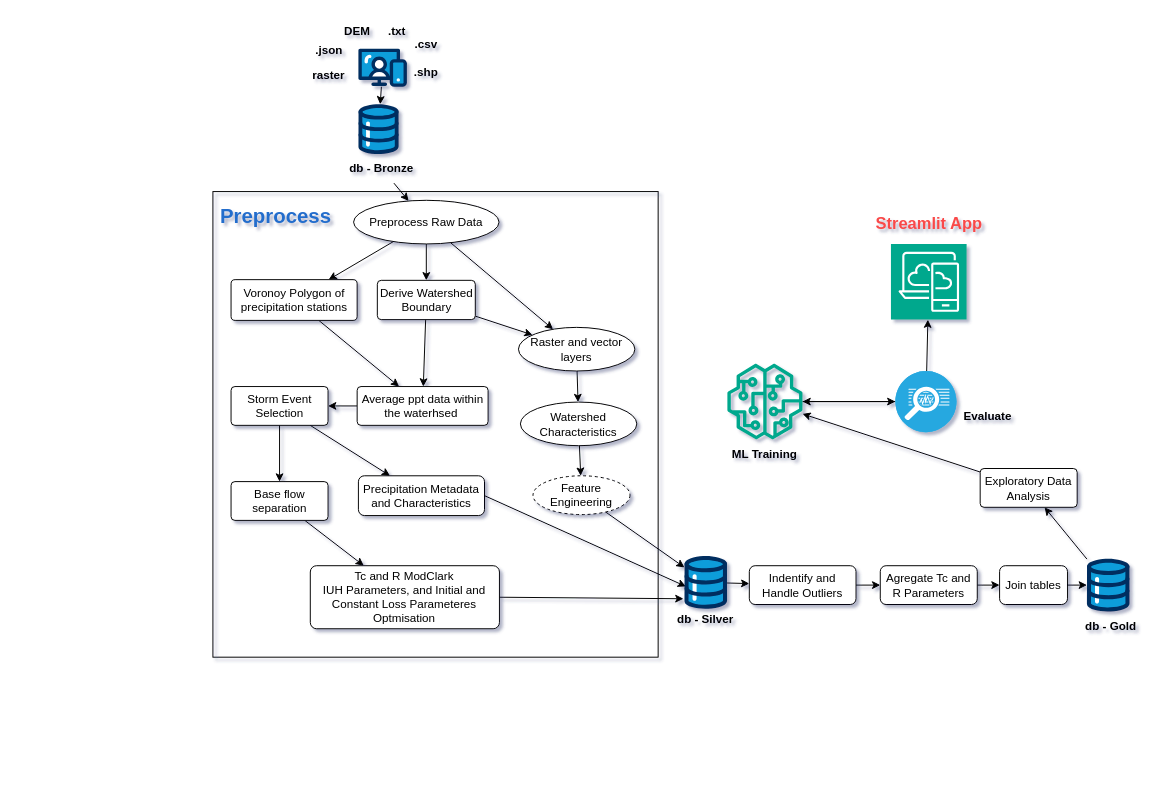
Earlier version of the draw.io diagram figures/drawio/project_flowchart.drawio (vpalvesalan/ML-ModClark-IUH-Model). Source tidied: cells renumbered, new cells numbered last; positions are measured from the earlier drawing's top-left corner, leaving out a move shared by most shapes. Both pictures are drawn from the tidied source at 97%, with x=0, y=0 at pixel (212, 16).
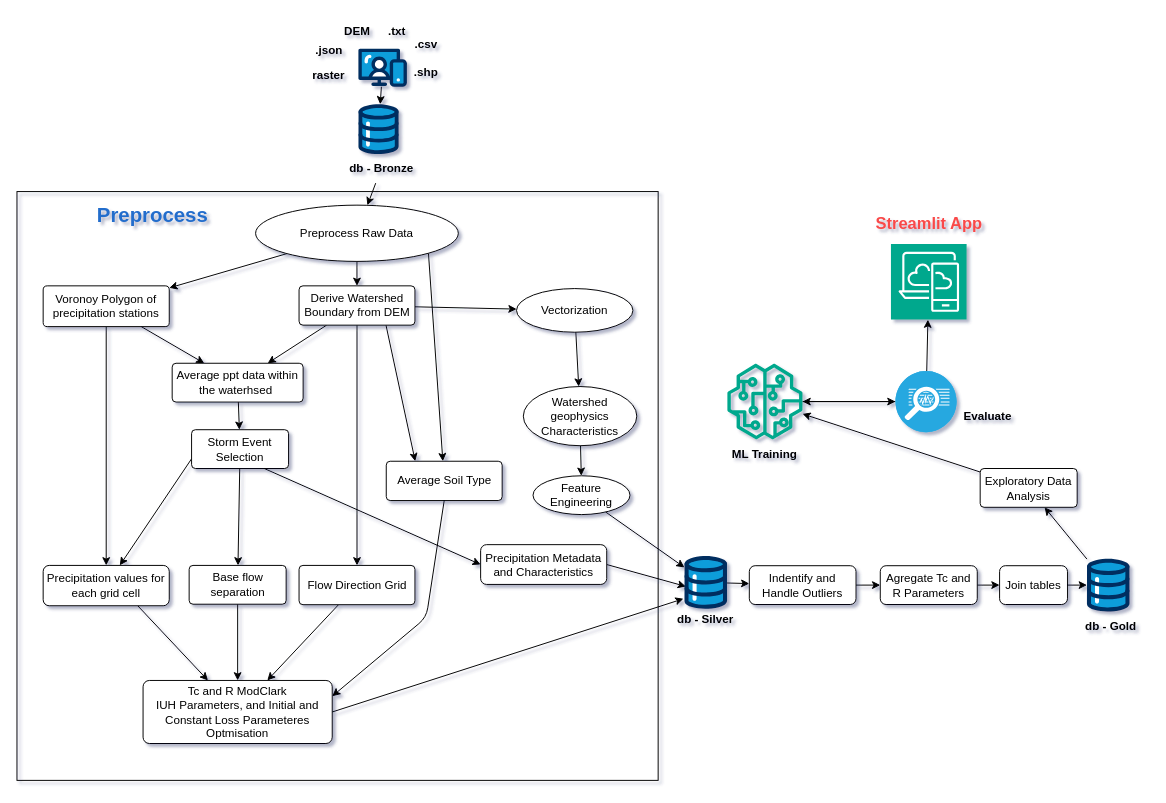
The same diagram, later.

What changed in the source:
```diff
@@
     <mxCell id="2" style="rounded=0;whiteSpace=wrap;html=1;fillColor=none;fontColor=light-dark(#246dcd, #ededed);" parent="1" vertex="1">
-      <mxGeometry y="180" width="459" height="480" as="geometry" />
+      <mxGeometry x="-202" y="180" width="661" height="607" as="geometry" />
     </mxCell>
@@
+    <mxCell id="14" style="edgeStyle=none;html=1;" parent="1" edge="1" source="15" target="41">
+      <mxGeometry relative="1" as="geometry" />
+    </mxCell>
+    <mxCell id="65" style="edgeStyle=none;html=1;exitX=0;exitY=0.75;exitDx=0;exitDy=0;" parent="1" edge="1" source="15" target="71">
+      <mxGeometry relative="1" as="geometry" />
+    </mxCell>
-    <mxCell id="13" style="edgeStyle=none;html=1;" parent="1" edge="1" source="15" target="43">
+    <mxCell id="13" style="edgeStyle=none;html=1;exitX=0.75;exitY=1;exitDx=0;exitDy=0;entryX=0;entryY=0.5;entryDx=0;entryDy=0;" parent="1" edge="1" source="15" target="43">
       <mxGeometry relative="1" as="geometry" />
     </mxCell>
-    <mxCell id="14" style="edgeStyle=none;html=1;" parent="1" edge="1" source="15" target="41">
-      <mxGeometry relative="1" as="geometry" />
-    </mxCell>
     <mxCell id="15" value="Storm Event Selection" style="rounded=1;arcSize=10;whiteSpace=wrap;html=1;align=center;" parent="1" vertex="1">
-      <mxGeometry x="18.7" y="381" width="100" height="40" as="geometry" />
+      <mxGeometry x="-22" y="425.5" width="100" height="40" as="geometry" />
     </mxCell>
@@
-    <mxCell id="18" style="edgeStyle=none;html=1;" parent="1" edge="1" source="19" target="64">
-      <mxGeometry relative="1" as="geometry" />
-    </mxCell>
+    <mxCell id="66" style="edgeStyle=none;html=1;exitX=1;exitY=1;exitDx=0;exitDy=0;" parent="1" edge="1" source="19" target="74">
+      <mxGeometry relative="1" as="geometry" />
+    </mxCell>
     <mxCell id="19" value="Preprocess Raw Data" style="ellipse;whiteSpace=wrap;html=1;" parent="1" vertex="1">
-      <mxGeometry x="145" y="189" width="150" height="45" as="geometry" />
+      <mxGeometry x="44" y="194" width="209" height="58" as="geometry" />
     </mxCell>
     <mxCell id="20" value="Preprocess" style="text;html=1;align=center;verticalAlign=middle;whiteSpace=wrap;rounded=0;fontStyle=1;fontColor=light-dark(#246dcc, #ededed);horizontal=1;fontSize=21;" parent="1" vertex="1">
-      <mxGeometry x="25" y="190" width="80" height="30" as="geometry" />
+      <mxGeometry x="-102" y="189" width="80" height="30" as="geometry" />
     </mxCell>
@@
+    <mxCell id="67" style="edgeStyle=none;html=1;" parent="1" edge="1" source="23" target="73">
+      <mxGeometry relative="1" as="geometry" />
+    </mxCell>
+    <mxCell id="68" style="edgeStyle=none;html=1;exitX=0.75;exitY=1;exitDx=0;exitDy=0;entryX=0.25;entryY=0;entryDx=0;entryDy=0;" parent="1" edge="1" source="23" target="74">
+      <mxGeometry relative="1" as="geometry" />
+    </mxCell>
-    <mxCell id="23" value="Derive Watershed Boundary" style="rounded=1;arcSize=10;whiteSpace=wrap;html=1;align=center;" parent="1" vertex="1">
-      <mxGeometry x="169.5" y="271.5" width="101" height="40.5" as="geometry" />
+    <mxCell id="23" value="Derive Watershed Boundary from DEM" style="rounded=1;arcSize=10;whiteSpace=wrap;html=1;align=center;" parent="1" vertex="1">
+      <mxGeometry x="88.8" y="277.2" width="119.5" height="40.5" as="geometry" />
     </mxCell>
@@
-    <mxCell id="26" value="Watershed Characteristics" style="ellipse;whiteSpace=wrap;html=1;" parent="1" vertex="1">
-      <mxGeometry x="317" y="397" width="120" height="45" as="geometry" />
+    <mxCell id="26" value="Watershed geophysics Characteristics" style="ellipse;whiteSpace=wrap;html=1;" parent="1" vertex="1">
+      <mxGeometry x="320" y="381" width="117" height="61" as="geometry" />
     </mxCell>
@@
     <mxCell id="29" style="fillColor=#28A8E0;verticalLabelPosition=bottom;sketch=0;html=1;strokeColor=#ffffff;verticalAlign=top;align=center;points=[[0.145,0.145,0],[0.5,0,0],[0.855,0.145,0],[1,0.5,0],[0.855,0.855,0],[0.5,1,0],[0.145,0.855,0],[0,0.5,0]];shape=mxgraph.cisco_safe.compositeIcon;bgIcon=ellipse;resIcon=mxgraph.cisco_safe.capability.flow_analytics;" parent="1" vertex="1">
-      <mxGeometry x="703.6" y="365" width="63" height="63" as="geometry" />
+      <mxGeometry x="703.7" y="365" width="63" height="63" as="geometry" />
     </mxCell>
@@
     <mxCell id="41" value="Base flow separation" style="rounded=1;arcSize=10;whiteSpace=wrap;html=1;align=center;" parent="1" vertex="1">
-      <mxGeometry x="18.7" y="479" width="100" height="40" as="geometry" />
+      <mxGeometry x="-24.5" y="565.4" width="100" height="40" as="geometry" />
     </mxCell>
@@
     <mxCell id="43" value="Precipitation Metadata and Characteristics" style="rounded=1;arcSize=15;whiteSpace=wrap;html=1;align=center;" parent="1" vertex="1">
-      <mxGeometry x="150" y="473" width="130" height="41" as="geometry" />
+      <mxGeometry x="276" y="544" width="130" height="41" as="geometry" />
     </mxCell>
@@
-    <mxCell id="45" value="Feature Engineering" style="ellipse;whiteSpace=wrap;html=1;align=center;dashed=1;" parent="1" vertex="1">
+    <mxCell id="45" value="Feature Engineering" style="ellipse;whiteSpace=wrap;html=1;align=center;" parent="1" vertex="1">
       <mxGeometry x="330" y="473" width="100" height="40" as="geometry" />
     </mxCell>
     <mxCell id="46" value="&lt;span style=&quot;color: rgb(0, 0, 0);&quot;&gt;Tc and R&amp;nbsp;&lt;span style=&quot;color: rgb(0, 0, 0);&quot;&gt;ModClark IUH&amp;nbsp;&lt;/span&gt;Parameters, and Initial and Constant Loss Parameteres Optmisation&lt;/span&gt;" style="rounded=1;arcSize=10;whiteSpace=wrap;html=1;align=center;" parent="1" vertex="1">
-      <mxGeometry x="100.4" y="565.7" width="195" height="65" as="geometry" />
+      <mxGeometry x="-72" y="684" width="195" height="65" as="geometry" />
     </mxCell>
@@
+    <mxCell id="69" style="edgeStyle=none;html=1;" parent="1" edge="1" source="60" target="71">
+      <mxGeometry relative="1" as="geometry" />
+    </mxCell>
     <mxCell id="60" value="Voronoy Polygon of precipitation stations" style="rounded=1;arcSize=10;whiteSpace=wrap;html=1;align=center;" parent="1" vertex="1">
-      <mxGeometry x="18.7" y="270.8" width="130" height="42" as="geometry" />
+      <mxGeometry x="-175" y="277.2" width="130" height="42" as="geometry" />
     </mxCell>
@@
     <mxCell id="62" value="Average ppt data within the waterhsed&amp;nbsp;" style="rounded=1;arcSize=10;whiteSpace=wrap;html=1;align=center;" parent="1" vertex="1">
-      <mxGeometry x="148.7" y="381" width="135" height="40" as="geometry" />
+      <mxGeometry x="-42" y="357" width="135" height="40" as="geometry" />
     </mxCell>
@@
-    <mxCell id="64" value="Raster and vector layers" style="ellipse;whiteSpace=wrap;html=1;" parent="1" vertex="1">
-      <mxGeometry x="315" y="320" width="120" height="45" as="geometry" />
+    <mxCell id="64" value="Vectorization" style="ellipse;whiteSpace=wrap;html=1;" parent="1" vertex="1">
+      <mxGeometry x="313" y="280" width="120" height="45" as="geometry" />
     </mxCell>
+    <mxCell id="70" style="edgeStyle=none;html=1;exitX=0.75;exitY=1;exitDx=0;exitDy=0;" parent="1" edge="1" source="71" target="46">
+      <mxGeometry relative="1" as="geometry" />
+    </mxCell>
+    <mxCell id="71" value="Precipitation values for each grid cell" style="rounded=1;arcSize=15;whiteSpace=wrap;html=1;align=center;" parent="1" vertex="1">
+      <mxGeometry x="-175" y="565.4" width="130" height="41.6" as="geometry" />
+    </mxCell>
+    <mxCell id="72" style="edgeStyle=none;html=1;" parent="1" edge="1" source="73" target="46">
+      <mxGeometry relative="1" as="geometry" />
+    </mxCell>
+    <mxCell id="73" value="Flow Direction Grid" style="rounded=1;arcSize=10;whiteSpace=wrap;html=1;align=center;" parent="1" vertex="1">
+      <mxGeometry x="88.8" y="565.4" width="119.5" height="40.5" as="geometry" />
+    </mxCell>
+    <mxCell id="74" value="Average Soil Type" style="rounded=1;arcSize=10;whiteSpace=wrap;html=1;align=center;" parent="1" vertex="1">
+      <mxGeometry x="178.7" y="458" width="119.5" height="40.5" as="geometry" />
+    </mxCell>
+    <mxCell id="75" style="edgeStyle=none;html=1;exitX=0.5;exitY=1;exitDx=0;exitDy=0;entryX=1;entryY=0.25;entryDx=0;entryDy=0;" parent="1" edge="1" source="74" target="46">
+      <mxGeometry relative="1" as="geometry">
+        <Array as="points">
+          <mxPoint x="220" y="619" />
+        </Array>
+      </mxGeometry>
+    </mxCell>
```
